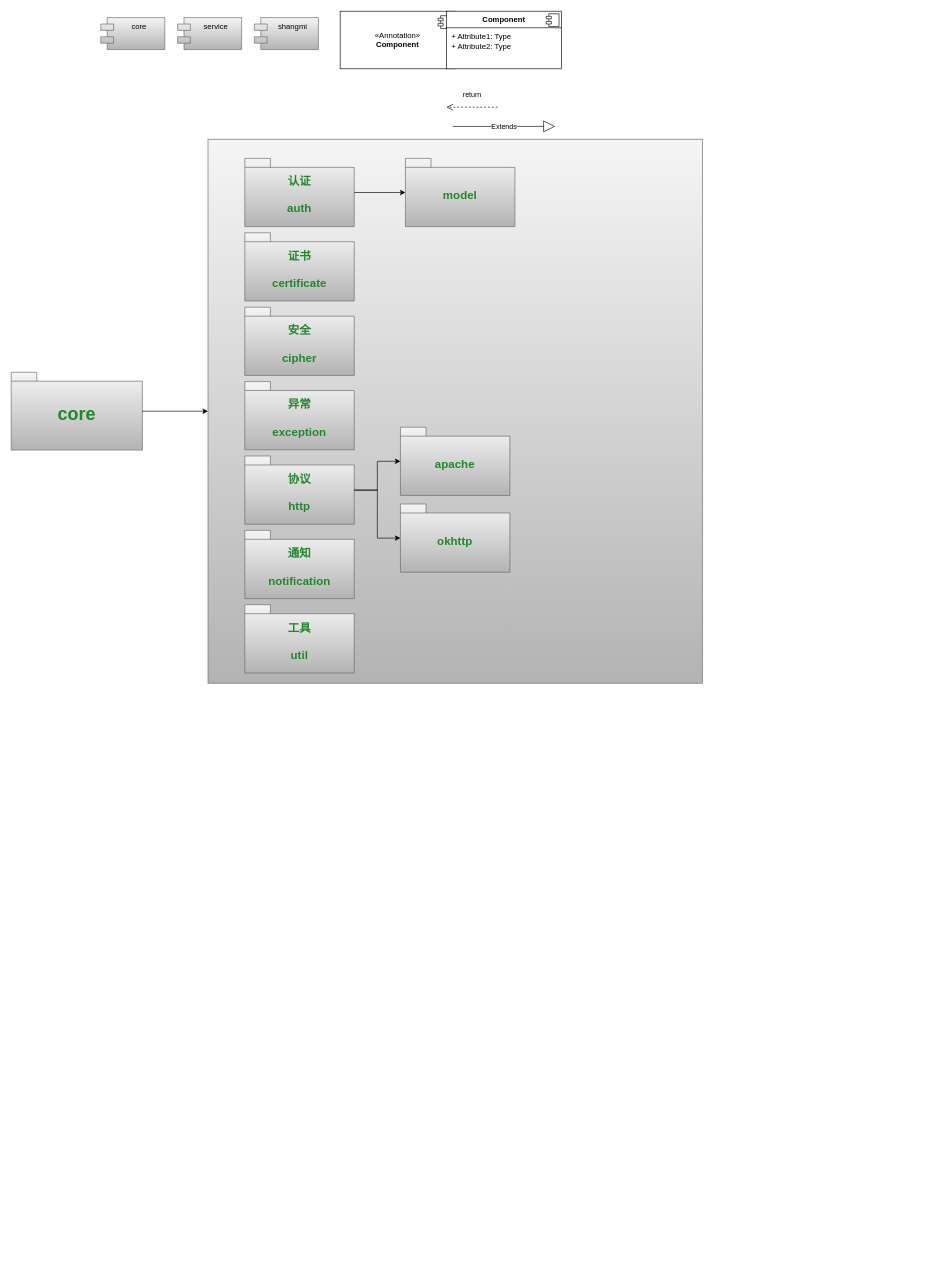
kangkangbs/draw keeps this draw.io diagram as 类图设计/pay_wechatpay.drawio. Above is the earlier version. Source tidied: cells renumbered, new cells numbered last; positions are measured from the earlier drawing's top-left corner, leaving out a move shared by most shapes. Both pictures are drawn from the tidied source at 64%, with x=0, y=0 at pixel (11, 11).
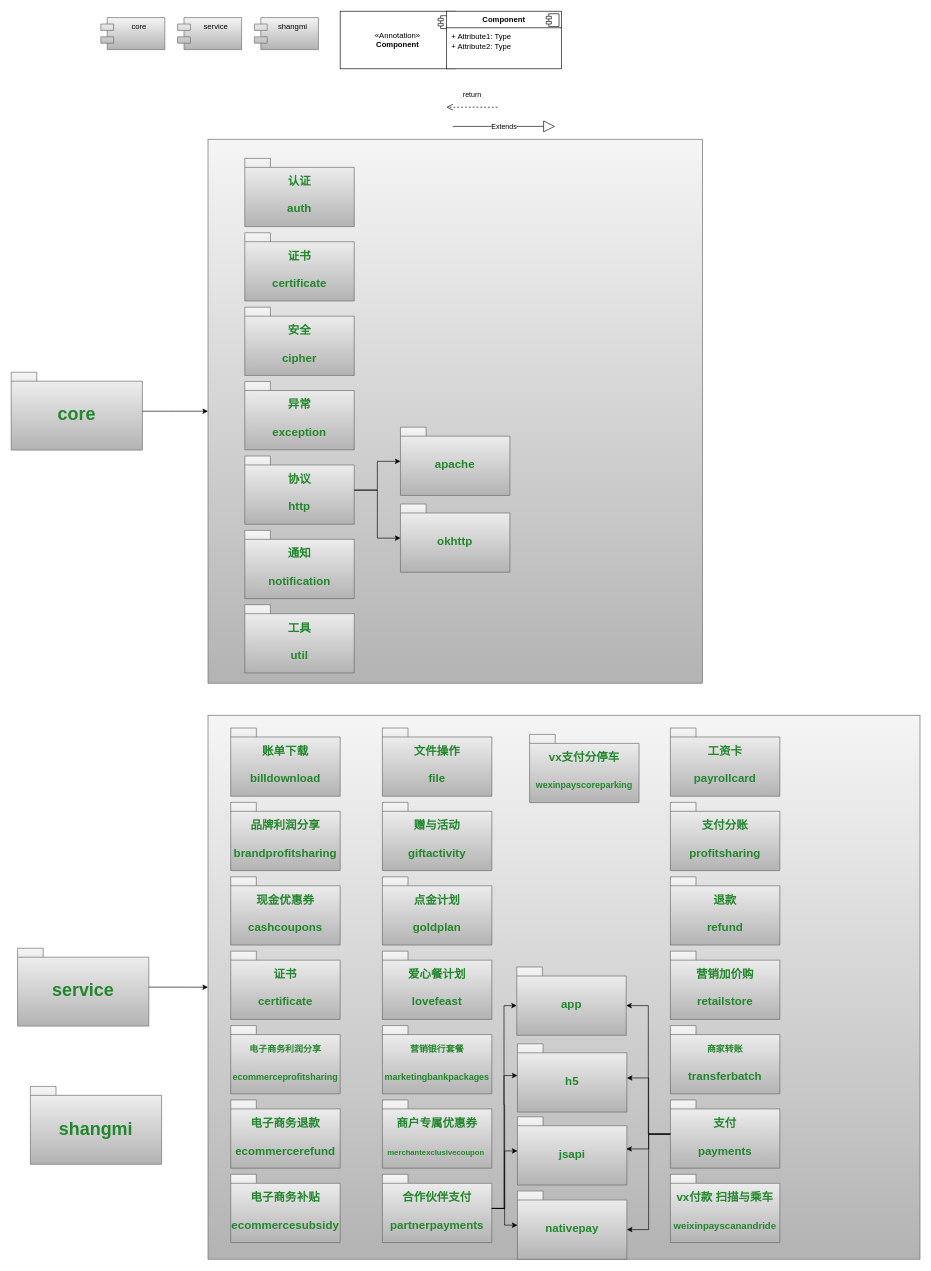
The same diagram, later.

The change refers to these unchanged cells:
```xml
<mxCell id="13" value="&lt;div&gt;认证&lt;/div&gt;&lt;div&gt;&lt;br&gt;&lt;/div&gt;auth" style="shape=folder;fontStyle=1;spacingTop=10;tabWidth=40;tabHeight=14;tabPosition=left;html=1;whiteSpace=wrap;fillColor=#f5f5f5;gradientColor=#b3b3b3;strokeColor=#666666;fontColor=light-dark(#22862C,#EDEDED);fontSize=18;" parent="12" vertex="1">
  <mxGeometry width="171" height="106.6" as="geometry" />
</mxCell>
```

Diff of the diagram source:
```diff
@@
-    <mxCell id="23" value="&lt;div&gt;model&lt;/div&gt;" style="shape=folder;fontStyle=1;spacingTop=10;tabWidth=40;tabHeight=14;tabPosition=left;html=1;whiteSpace=wrap;fillColor=#f5f5f5;gradientColor=#b3b3b3;strokeColor=#666666;fontColor=light-dark(#22862C,#EDEDED);fontSize=18;" parent="1" vertex="1">
-      <mxGeometry x="616" y="230" width="171" height="106.6" as="geometry" />
-    </mxCell>
-    <mxCell id="24" style="edgeStyle=orthogonalEdgeStyle;rounded=0;jettySize=auto;html=1;" parent="1" edge="1" source="13" target="23">
-      <mxGeometry relative="1" as="geometry" />
-    </mxCell>
@@
+    <mxCell id="29" style="group;" parent="1" vertex="1">
+      <mxGeometry x="10" y="1464.1" width="240" height="121.7" as="geometry" />
+    </mxCell>
+    <mxCell id="30" value="&lt;font style=&quot;font-size: 28px;&quot;&gt;service&lt;/font&gt;" style="shape=folder;fontStyle=1;spacingTop=10;tabWidth=40;tabHeight=14;tabPosition=left;html=1;whiteSpace=wrap;fillColor=#f5f5f5;gradientColor=#b3b3b3;strokeColor=#666666;fontColor=light-dark(#22862C,#EDEDED);" parent="29" vertex="1">
+      <mxGeometry width="205" height="121.7" as="geometry" />
+    </mxCell>
+    <mxCell id="31" style="group;" parent="1" vertex="1">
+      <mxGeometry x="30" y="1680" width="240" height="121.7" as="geometry" />
+    </mxCell>
+    <mxCell id="32" value="&lt;font style=&quot;font-size: 28px;&quot;&gt;shangmi&lt;/font&gt;" style="shape=folder;fontStyle=1;spacingTop=10;tabWidth=40;tabHeight=14;tabPosition=left;html=1;whiteSpace=wrap;fillColor=#f5f5f5;gradientColor=#b3b3b3;strokeColor=#666666;fontColor=light-dark(#22862C,#EDEDED);" parent="31" vertex="1">
+      <mxGeometry width="205" height="121.7" as="geometry" />
+    </mxCell>
+    <mxCell id="33" style="whiteSpace=wrap;html=1;fillColor=#f5f5f5;strokeColor=#666666;fontColor=light-dark(#22862C,#EDEDED);fontStyle=1;spacingTop=10;gradientColor=#b3b3b3;" parent="1" vertex="1">
+      <mxGeometry x="307.5" y="1100" width="1112.5" height="850" as="geometry" />
+    </mxCell>
+    <mxCell id="34" style="edgeStyle=orthogonalEdgeStyle;rounded=0;jettySize=auto;html=1;" parent="1" edge="1" source="30" target="33">
+      <mxGeometry relative="1" as="geometry" />
+    </mxCell>
+    <mxCell id="35" style="group;fontSize=11;" parent="1" vertex="1">
+      <mxGeometry x="343" y="1120" width="171" height="804" as="geometry" />
+    </mxCell>
+    <mxCell id="36" value="&lt;div&gt;账单下载&lt;/div&gt;&lt;div&gt;&lt;br&gt;&lt;/div&gt;billdownload" style="shape=folder;fontStyle=1;spacingTop=10;tabWidth=40;tabHeight=14;tabPosition=left;html=1;whiteSpace=wrap;fillColor=#f5f5f5;gradientColor=#b3b3b3;strokeColor=#666666;fontColor=light-dark(#22862C,#EDEDED);fontSize=18;" parent="35" vertex="1">
+      <mxGeometry width="171" height="106.6" as="geometry" />
+    </mxCell>
+    <mxCell id="37" value="&lt;div&gt;品牌利润分享&lt;/div&gt;&lt;div&gt;&lt;br&gt;&lt;/div&gt;brandprofitsharing" style="shape=folder;fontStyle=1;spacingTop=10;tabWidth=40;tabHeight=14;tabPosition=left;html=1;whiteSpace=wrap;fillColor=#f5f5f5;gradientColor=#b3b3b3;strokeColor=#666666;fontColor=light-dark(#22862C,#EDEDED);fontSize=18;" parent="35" vertex="1">
+      <mxGeometry y="116.2" width="171" height="106.6" as="geometry" />
+    </mxCell>
+    <mxCell id="38" value="&lt;div&gt;现金优惠券&lt;/div&gt;&lt;div&gt;&lt;br&gt;&lt;/div&gt;cashcoupons" style="shape=folder;fontStyle=1;spacingTop=10;tabWidth=40;tabHeight=14;tabPosition=left;html=1;whiteSpace=wrap;fillColor=#f5f5f5;gradientColor=#b3b3b3;strokeColor=#666666;fontColor=light-dark(#22862C,#EDEDED);fontSize=18;" parent="35" vertex="1">
+      <mxGeometry y="232.5" width="171" height="106.6" as="geometry" />
+    </mxCell>
+    <mxCell id="39" value="&lt;div&gt;证书&lt;/div&gt;&lt;div&gt;&lt;br&gt;&lt;/div&gt;&lt;div&gt;certificate&lt;/div&gt;" style="shape=folder;fontStyle=1;spacingTop=10;tabWidth=40;tabHeight=14;tabPosition=left;html=1;whiteSpace=wrap;fillColor=#f5f5f5;gradientColor=#b3b3b3;strokeColor=#666666;fontColor=light-dark(#22862C,#EDEDED);fontSize=18;" parent="35" vertex="1">
+      <mxGeometry y="348.7" width="171" height="106.6" as="geometry" />
+    </mxCell>
+    <mxCell id="40" value="&lt;font style=&quot;font-size: 14px;&quot;&gt;电子商务利润分享&lt;/font&gt;&lt;div&gt;&lt;font style=&quot;font-size: 14px;&quot;&gt;&lt;br&gt;&lt;/font&gt;&lt;/div&gt;&lt;div&gt;&lt;font style=&quot;font-size: 14px;&quot;&gt;ecommerceprofitsharing&lt;/font&gt;&lt;/div&gt;" style="shape=folder;fontStyle=1;spacingTop=10;tabWidth=40;tabHeight=14;tabPosition=left;html=1;whiteSpace=wrap;fillColor=#f5f5f5;gradientColor=#b3b3b3;strokeColor=#666666;fontColor=light-dark(#22862C,#EDEDED);fontSize=18;" parent="35" vertex="1">
+      <mxGeometry y="465" width="171" height="106.6" as="geometry" />
+    </mxCell>
+    <mxCell id="41" value="&lt;div&gt;电子商务退款&lt;/div&gt;&lt;div&gt;&lt;br&gt;&lt;/div&gt;ecommercerefund" style="shape=folder;fontStyle=1;spacingTop=10;tabWidth=40;tabHeight=14;tabPosition=left;html=1;whiteSpace=wrap;fillColor=#f5f5f5;gradientColor=#b3b3b3;strokeColor=#666666;fontColor=light-dark(#22862C,#EDEDED);fontSize=18;" parent="35" vertex="1">
+      <mxGeometry y="581.2" width="171" height="106.6" as="geometry" />
+    </mxCell>
+    <mxCell id="42" value="&lt;div&gt;电子商务补贴&lt;/div&gt;&lt;div&gt;&lt;br&gt;&lt;/div&gt;&lt;div&gt;ecommercesubsidy&lt;/div&gt;" style="shape=folder;fontStyle=1;spacingTop=10;tabWidth=40;tabHeight=14;tabPosition=left;html=1;whiteSpace=wrap;fillColor=#f5f5f5;gradientColor=#b3b3b3;strokeColor=#666666;fontColor=light-dark(#22862C,#EDEDED);fontSize=18;" parent="35" vertex="1">
+      <mxGeometry y="697.4" width="171" height="106.6" as="geometry" />
+    </mxCell>
+    <mxCell id="43" style="group;fontSize=11;" parent="1" vertex="1">
+      <mxGeometry x="580" y="1120" width="171" height="804" as="geometry" />
+    </mxCell>
+    <mxCell id="44" value="&lt;div&gt;文件操作&lt;/div&gt;&lt;div&gt;&lt;br&gt;file&lt;/div&gt;" style="shape=folder;fontStyle=1;spacingTop=10;tabWidth=40;tabHeight=14;tabPosition=left;html=1;whiteSpace=wrap;fillColor=#f5f5f5;gradientColor=#b3b3b3;strokeColor=#666666;fontColor=light-dark(#22862C,#EDEDED);fontSize=18;" parent="43" vertex="1">
+      <mxGeometry width="171" height="106.6" as="geometry" />
+    </mxCell>
+    <mxCell id="45" value="赠与活动&lt;div&gt;&lt;br&gt;&lt;/div&gt;&lt;div&gt;giftactivity&lt;/div&gt;" style="shape=folder;fontStyle=1;spacingTop=10;tabWidth=40;tabHeight=14;tabPosition=left;html=1;whiteSpace=wrap;fillColor=#f5f5f5;gradientColor=#b3b3b3;strokeColor=#666666;fontColor=light-dark(#22862C,#EDEDED);fontSize=18;" parent="43" vertex="1">
+      <mxGeometry y="116.2" width="171" height="106.6" as="geometry" />
+    </mxCell>
+    <mxCell id="46" value="&lt;div&gt;点金计划&lt;/div&gt;&lt;div&gt;&lt;br&gt;&lt;/div&gt;goldplan" style="shape=folder;fontStyle=1;spacingTop=10;tabWidth=40;tabHeight=14;tabPosition=left;html=1;whiteSpace=wrap;fillColor=#f5f5f5;gradientColor=#b3b3b3;strokeColor=#666666;fontColor=light-dark(#22862C,#EDEDED);fontSize=18;" parent="43" vertex="1">
+      <mxGeometry y="232.5" width="171" height="106.6" as="geometry" />
+    </mxCell>
+    <mxCell id="47" value="&lt;div&gt;爱心餐计划&lt;/div&gt;&lt;div&gt;&lt;br&gt;&lt;/div&gt;&lt;div&gt;lovefeast&lt;/div&gt;" style="shape=folder;fontStyle=1;spacingTop=10;tabWidth=40;tabHeight=14;tabPosition=left;html=1;whiteSpace=wrap;fillColor=#f5f5f5;gradientColor=#b3b3b3;strokeColor=#666666;fontColor=light-dark(#22862C,#EDEDED);fontSize=18;" parent="43" vertex="1">
+      <mxGeometry y="348.7" width="171" height="106.6" as="geometry" />
+    </mxCell>
+    <mxCell id="48" value="&lt;font style=&quot;font-size: 14px;&quot;&gt;营销银行套餐&lt;/font&gt;&lt;div&gt;&lt;font style=&quot;font-size: 14px;&quot;&gt;&lt;br&gt;&lt;/font&gt;&lt;/div&gt;&lt;div&gt;&lt;font style=&quot;font-size: 14px;&quot;&gt;marketingbankpackages&lt;/font&gt;&lt;/div&gt;" style="shape=folder;fontStyle=1;spacingTop=10;tabWidth=40;tabHeight=14;tabPosition=left;html=1;whiteSpace=wrap;fillColor=#f5f5f5;gradientColor=#b3b3b3;strokeColor=#666666;fontColor=light-dark(#22862C,#EDEDED);fontSize=18;" parent="43" vertex="1">
+      <mxGeometry y="465" width="171" height="106.6" as="geometry" />
+    </mxCell>
+    <mxCell id="49" value="&lt;div&gt;商户专属优惠券&lt;/div&gt;&lt;div&gt;&lt;br&gt;&lt;/div&gt;&lt;font style=&quot;font-size: 12px;&quot;&gt;merchantexclusivecoupon&amp;nbsp;&lt;/font&gt;" style="shape=folder;fontStyle=1;spacingTop=10;tabWidth=40;tabHeight=14;tabPosition=left;html=1;whiteSpace=wrap;fillColor=#f5f5f5;gradientColor=#b3b3b3;strokeColor=#666666;fontColor=light-dark(#22862C,#EDEDED);fontSize=18;" parent="43" vertex="1">
+      <mxGeometry y="581.2" width="171" height="106.6" as="geometry" />
+    </mxCell>
+    <mxCell id="50" value="&lt;div&gt;合作伙伴支付&lt;/div&gt;&lt;div&gt;&lt;br&gt;&lt;/div&gt;&lt;div&gt;partnerpayments&lt;/div&gt;" style="shape=folder;fontStyle=1;spacingTop=10;tabWidth=40;tabHeight=14;tabPosition=left;html=1;whiteSpace=wrap;fillColor=#f5f5f5;gradientColor=#b3b3b3;strokeColor=#666666;fontColor=light-dark(#22862C,#EDEDED);fontSize=18;" parent="43" vertex="1">
+      <mxGeometry y="697.4" width="171" height="106.6" as="geometry" />
+    </mxCell>
+    <mxCell id="51" style="group;fontSize=11;" parent="1" vertex="1">
+      <mxGeometry x="1030" y="1120" width="171" height="804" as="geometry" />
+    </mxCell>
+    <mxCell id="52" value="&lt;div&gt;工资卡&lt;/div&gt;&lt;div&gt;&lt;br&gt;payrollcard&lt;/div&gt;" style="shape=folder;fontStyle=1;spacingTop=10;tabWidth=40;tabHeight=14;tabPosition=left;html=1;whiteSpace=wrap;fillColor=#f5f5f5;gradientColor=#b3b3b3;strokeColor=#666666;fontColor=light-dark(#22862C,#EDEDED);fontSize=18;" parent="51" vertex="1">
+      <mxGeometry width="171" height="106.6" as="geometry" />
+    </mxCell>
+    <mxCell id="53" value="支付分账&lt;div&gt;&lt;br&gt;&lt;/div&gt;&lt;div&gt;profitsharing&lt;/div&gt;" style="shape=folder;fontStyle=1;spacingTop=10;tabWidth=40;tabHeight=14;tabPosition=left;html=1;whiteSpace=wrap;fillColor=#f5f5f5;gradientColor=#b3b3b3;strokeColor=#666666;fontColor=light-dark(#22862C,#EDEDED);fontSize=18;" parent="51" vertex="1">
+      <mxGeometry y="116.2" width="171" height="106.6" as="geometry" />
+    </mxCell>
+    <mxCell id="54" value="退款&lt;div&gt;&lt;br&gt;&lt;/div&gt;&lt;div&gt;refund&lt;/div&gt;" style="shape=folder;fontStyle=1;spacingTop=10;tabWidth=40;tabHeight=14;tabPosition=left;html=1;whiteSpace=wrap;fillColor=#f5f5f5;gradientColor=#b3b3b3;strokeColor=#666666;fontColor=light-dark(#22862C,#EDEDED);fontSize=18;" parent="51" vertex="1">
+      <mxGeometry y="232.5" width="171" height="106.6" as="geometry" />
+    </mxCell>
+    <mxCell id="55" value="&lt;div&gt;营销加价购&lt;/div&gt;&lt;div&gt;&lt;br&gt;&lt;/div&gt;&lt;div&gt;retailstore&lt;/div&gt;" style="shape=folder;fontStyle=1;spacingTop=10;tabWidth=40;tabHeight=14;tabPosition=left;html=1;whiteSpace=wrap;fillColor=#f5f5f5;gradientColor=#b3b3b3;strokeColor=#666666;fontColor=light-dark(#22862C,#EDEDED);fontSize=18;" parent="51" vertex="1">
+      <mxGeometry y="348.7" width="171" height="106.6" as="geometry" />
+    </mxCell>
+    <mxCell id="56" value="&lt;span style=&quot;font-size: 14px;&quot;&gt;商家转账&lt;/span&gt;&lt;br&gt;&lt;div&gt;&lt;font style=&quot;font-size: 14px;&quot;&gt;&lt;br&gt;&lt;/font&gt;&lt;/div&gt;&lt;div&gt;&lt;font&gt;transferbatch&lt;/font&gt;&lt;/div&gt;" style="shape=folder;fontStyle=1;spacingTop=10;tabWidth=40;tabHeight=14;tabPosition=left;html=1;whiteSpace=wrap;fillColor=#f5f5f5;gradientColor=#b3b3b3;strokeColor=#666666;fontColor=light-dark(#22862C,#EDEDED);fontSize=18;" parent="51" vertex="1">
+      <mxGeometry y="465" width="171" height="106.6" as="geometry" />
+    </mxCell>
+    <mxCell id="57" value="&lt;div&gt;支付&lt;/div&gt;&lt;div&gt;&lt;br&gt;&lt;/div&gt;&lt;div&gt;payments&lt;/div&gt;" style="shape=folder;fontStyle=1;spacingTop=10;tabWidth=40;tabHeight=14;tabPosition=left;html=1;whiteSpace=wrap;fillColor=#f5f5f5;gradientColor=#b3b3b3;strokeColor=#666666;fontColor=light-dark(#22862C,#EDEDED);fontSize=18;" parent="51" vertex="1">
+      <mxGeometry y="581.2" width="171" height="106.6" as="geometry" />
+    </mxCell>
+    <mxCell id="58" value="&lt;div&gt;vx付款 扫描与乘车&lt;/div&gt;&lt;div&gt;&lt;br&gt;&lt;/div&gt;&lt;div&gt;&lt;font style=&quot;font-size: 15px;&quot;&gt;weixinpayscanandride&lt;/font&gt;&lt;/div&gt;" style="shape=folder;fontStyle=1;spacingTop=10;tabWidth=40;tabHeight=14;tabPosition=left;html=1;whiteSpace=wrap;fillColor=#f5f5f5;gradientColor=#b3b3b3;strokeColor=#666666;fontColor=light-dark(#22862C,#EDEDED);fontSize=18;" parent="51" vertex="1">
+      <mxGeometry y="697.4" width="171" height="106.6" as="geometry" />
+    </mxCell>
+    <mxCell id="59" style="edgeStyle=orthogonalEdgeStyle;rounded=0;jettySize=auto;html=1;" parent="1" edge="1" source="50" target="61">
+      <mxGeometry relative="1" as="geometry">
+        <Array as="points">
+          <mxPoint x="770" y="1871" />
+          <mxPoint x="770" y="1663" />
+        </Array>
+      </mxGeometry>
+    </mxCell>
+    <mxCell id="60" style="group;" parent="1" vertex="1">
+      <mxGeometry x="790" y="1493.5" width="172" height="456.6" as="geometry" />
+    </mxCell>
+    <mxCell id="61" value="&lt;div&gt;h5&lt;/div&gt;" style="shape=folder;fontStyle=1;spacingTop=10;tabWidth=40;tabHeight=14;tabPosition=left;html=1;whiteSpace=wrap;fillColor=#f5f5f5;gradientColor=#b3b3b3;strokeColor=#666666;fontColor=light-dark(#22862C,#EDEDED);fontSize=18;" parent="60" vertex="1">
+      <mxGeometry x="1" y="120" width="171" height="106.6" as="geometry" />
+    </mxCell>
+    <mxCell id="62" value="&lt;div&gt;jsapi&lt;/div&gt;" style="shape=folder;fontStyle=1;spacingTop=10;tabWidth=40;tabHeight=14;tabPosition=left;html=1;whiteSpace=wrap;fillColor=#f5f5f5;gradientColor=#b3b3b3;strokeColor=#666666;fontColor=light-dark(#22862C,#EDEDED);fontSize=18;" parent="60" vertex="1">
+      <mxGeometry x="1" y="234" width="171" height="106.6" as="geometry" />
+    </mxCell>
+    <mxCell id="63" value="&lt;div&gt;nativepay&lt;/div&gt;" style="shape=folder;fontStyle=1;spacingTop=10;tabWidth=40;tabHeight=14;tabPosition=left;html=1;whiteSpace=wrap;fillColor=#f5f5f5;gradientColor=#b3b3b3;strokeColor=#666666;fontColor=light-dark(#22862C,#EDEDED);fontSize=18;" parent="60" vertex="1">
+      <mxGeometry x="1" y="350" width="171" height="106.6" as="geometry" />
+    </mxCell>
+    <mxCell id="64" value="&lt;div&gt;app&lt;/div&gt;" style="shape=folder;fontStyle=1;spacingTop=10;tabWidth=40;tabHeight=14;tabPosition=left;html=1;whiteSpace=wrap;fillColor=#f5f5f5;gradientColor=#b3b3b3;strokeColor=#666666;fontColor=light-dark(#22862C,#EDEDED);fontSize=18;" parent="60" vertex="1">
+      <mxGeometry width="171" height="106.6" as="geometry" />
+    </mxCell>
+    <mxCell id="65" style="edgeStyle=orthogonalEdgeStyle;rounded=0;jettySize=auto;html=1;" parent="1" edge="1" source="50" target="63">
+      <mxGeometry relative="1" as="geometry" />
+    </mxCell>
+    <mxCell id="66" style="edgeStyle=orthogonalEdgeStyle;rounded=0;jettySize=auto;html=1;entryX=0;entryY=0;entryDx=0;entryDy=60.27710843373493;entryPerimeter=0;" parent="1" edge="1" source="50" target="64">
+      <mxGeometry relative="1" as="geometry" />
+    </mxCell>
+    <mxCell id="67" style="edgeStyle=orthogonalEdgeStyle;rounded=0;jettySize=auto;html=1;" parent="1" edge="1" source="50" target="62">
+      <mxGeometry relative="1" as="geometry" />
+    </mxCell>
+    <mxCell id="68" style="edgeStyle=orthogonalEdgeStyle;rounded=0;jettySize=auto;html=1;entryX=0;entryY=0;entryDx=171;entryDy=60.277108433734924;entryPerimeter=0;" parent="1" edge="1" source="57" target="64">
+      <mxGeometry relative="1" as="geometry" />
+    </mxCell>
+    <mxCell id="69" style="edgeStyle=orthogonalEdgeStyle;rounded=0;jettySize=auto;html=1;" parent="1" edge="1" source="57" target="61">
+      <mxGeometry relative="1" as="geometry" />
+    </mxCell>
+    <mxCell id="70" style="edgeStyle=orthogonalEdgeStyle;rounded=0;jettySize=auto;html=1;entryX=0.995;entryY=0.471;entryDx=0;entryDy=0;entryPerimeter=0;" parent="1" edge="1" source="57" target="62">
+      <mxGeometry relative="1" as="geometry" />
+    </mxCell>
+    <mxCell id="71" style="edgeStyle=orthogonalEdgeStyle;rounded=0;jettySize=auto;html=1;entryX=0;entryY=0;entryDx=171;entryDy=60.277108433734924;entryPerimeter=0;" parent="1" edge="1" source="57" target="63">
+      <mxGeometry relative="1" as="geometry" />
+    </mxCell>
+    <mxCell id="72" value="&lt;div&gt;vx支付分停车&lt;br&gt;&lt;br&gt;&lt;/div&gt;&lt;div&gt;&lt;font style=&quot;font-size: 14px;&quot;&gt;wexinpayscoreparking&lt;/font&gt;&lt;/div&gt;" style="shape=folder;fontStyle=1;spacingTop=10;tabWidth=40;tabHeight=14;tabPosition=left;html=1;whiteSpace=wrap;fillColor=#f5f5f5;gradientColor=#b3b3b3;strokeColor=#666666;fontColor=light-dark(#22862C,#EDEDED);fontSize=18;" parent="1" vertex="1">
+      <mxGeometry x="810" y="1130" width="171" height="106.6" as="geometry" />
+    </mxCell>
```
